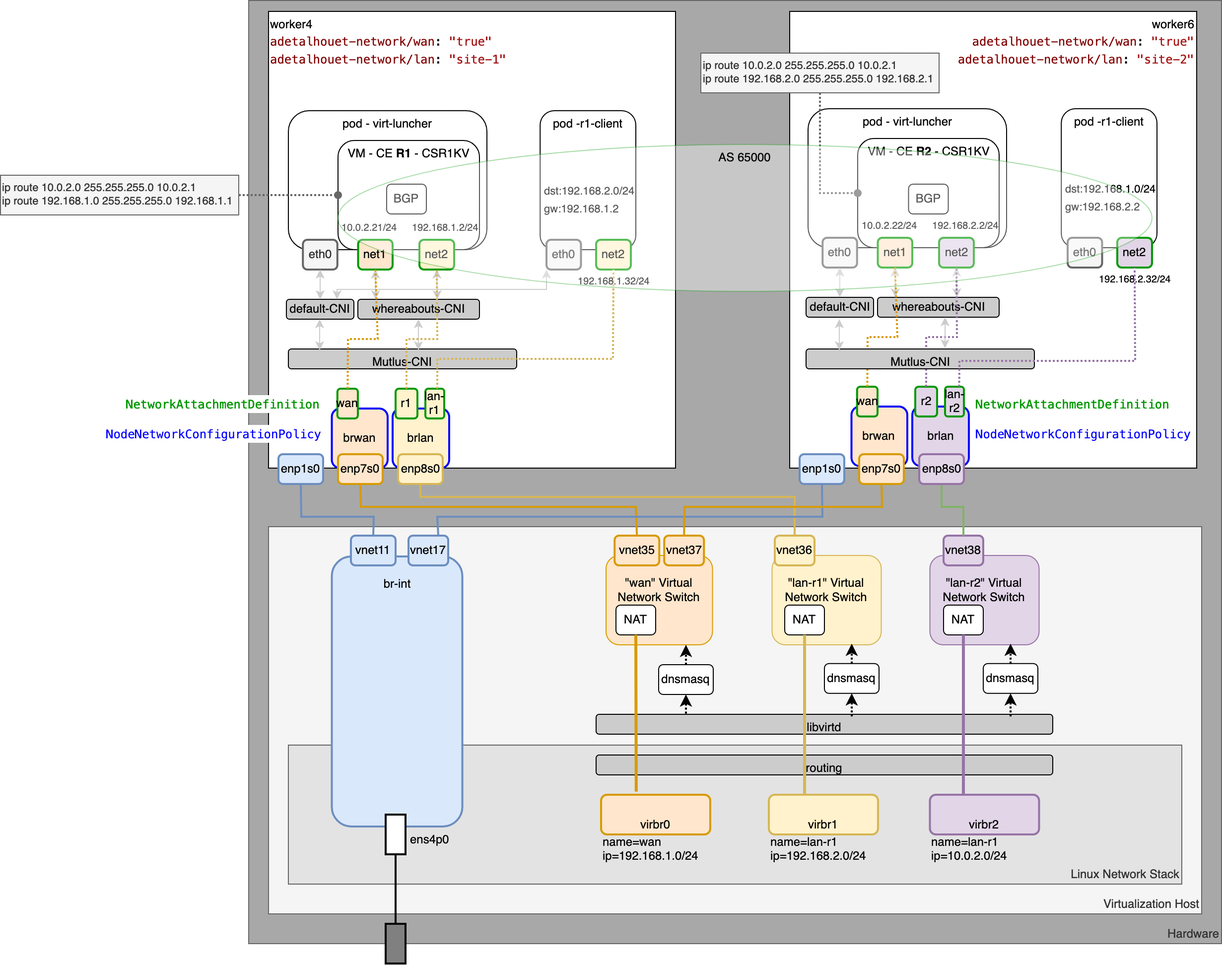
adetalhouet/ocp-l3vpn keeps this draw.io diagram as docs/low-level-arch.png. Above is the earlier version. Source tidied: cells renumbered, new cells last; positions are measured from the earlier drawing's top-left corner, leaving out a move shared by most shapes.
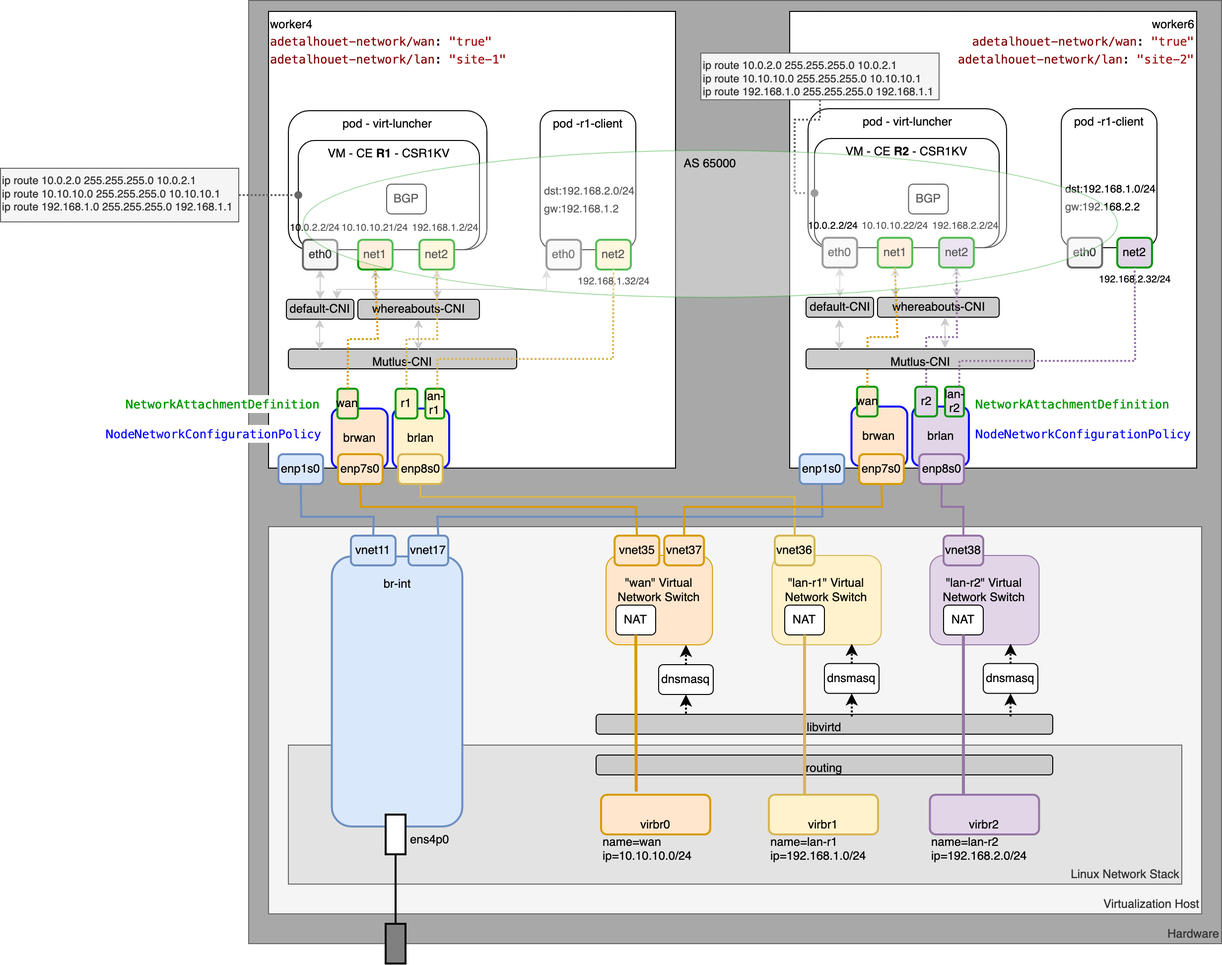
The same file after the commit.

The edit, as a diff of the source:
```diff
@@ -20,20 +20,20 @@
     <mxCell id="7" style="endArrow=none;html=1;rounded=0;exitX=0.5;exitY=0;exitDx=0;exitDy=0;entryX=0.5;entryY=1;entryDx=0;entryDy=0;strokeWidth=2;" parent="1" edge="1" source="5" target="32">
       <mxGeometry relative="1" as="geometry" />
     </mxCell>
-    <mxCell id="8" value="&lt;div&gt;name=wan&lt;/div&gt;&lt;div&gt;ip=192.168.1.0/24&lt;/div&gt;" style="text;html=1;align=left;verticalAlign=middle;strokeColor=none;fillColor=none;" parent="1" vertex="1">
+    <mxCell id="8" value="&lt;div&gt;name=wan&lt;/div&gt;&lt;div&gt;ip=10.10.10.0/24&lt;/div&gt;" style="text;html=1;align=left;verticalAlign=middle;strokeColor=none;fillColor=none;" parent="1" vertex="1">
       <mxGeometry x="605" y="840" width="110" height="30" as="geometry" />
     </mxCell>
     <mxCell id="9" value="virbr1" style="rounded=1;whiteSpace=wrap;html=1;align=center;verticalAlign=bottom;strokeWidth=2;fillColor=#fff2cc;strokeColor=#d6b656;" parent="1" vertex="1">
       <mxGeometry x="774" y="800" width="110" height="40" as="geometry" />
     </mxCell>
-    <mxCell id="10" value="&lt;div&gt;name=lan-r1&lt;/div&gt;&lt;div&gt;ip=192.168.2.0/24&lt;/div&gt;" style="text;html=1;align=left;verticalAlign=middle;strokeColor=none;fillColor=none;" parent="1" vertex="1">
+    <mxCell id="10" value="&lt;div&gt;name=lan-r1&lt;/div&gt;&lt;div&gt;ip=192.168.1.0/24&lt;/div&gt;" style="text;html=1;align=left;verticalAlign=middle;strokeColor=none;fillColor=none;" parent="1" vertex="1">
       <mxGeometry x="774" y="840" width="110" height="30" as="geometry" />
     </mxCell>
     <mxCell id="11" value="virbr2" style="rounded=1;whiteSpace=wrap;html=1;align=center;verticalAlign=bottom;strokeWidth=2;fillColor=#e1d5e7;strokeColor=#9673a6;" parent="1" vertex="1">
       <mxGeometry x="936.2" y="800" width="110" height="40" as="geometry" />
     </mxCell>
-    <mxCell id="12" value="&lt;div&gt;name=lan-r1&lt;/div&gt;&lt;div&gt;ip=10.0.2.0/24&lt;/div&gt;" style="text;html=1;align=left;verticalAlign=middle;strokeColor=none;fillColor=none;" parent="1" vertex="1">
-      <mxGeometry x="936.2" y="840" width="90" height="30" as="geometry" />
+    <mxCell id="12" value="&lt;div&gt;name=lan-r2&lt;/div&gt;&lt;div&gt;ip=192.168.2.0/24&lt;/div&gt;" style="text;html=1;align=left;verticalAlign=middle;strokeColor=none;fillColor=none;" parent="1" vertex="1">
+      <mxGeometry x="936.2" y="840" width="110" height="30" as="geometry" />
     </mxCell>
     <mxCell id="13" value="&lt;div align=&quot;left&quot;&gt;worker4&lt;/div&gt;&lt;div&gt;&lt;div&gt;&lt;div style=&quot;color: rgb(0 , 0 , 0) ; background-color: rgb(255 , 255 , 255) ; font-family: &amp;#34;menlo&amp;#34; , &amp;#34;monaco&amp;#34; , &amp;#34;courier new&amp;#34; , monospace ; font-weight: normal ; font-size: 12px ; line-height: 18px&quot;&gt;&lt;div&gt;&lt;div&gt;&lt;span style=&quot;color: #800000&quot;&gt;adetalhouet-network/wan&lt;/span&gt;&lt;span style=&quot;color: #000000&quot;&gt;: &lt;/span&gt;&lt;span style=&quot;color: #a31515&quot;&gt;&quot;true&quot;&lt;/span&gt;&lt;/div&gt;&lt;span style=&quot;color: #800000&quot;&gt;&lt;/span&gt;&lt;/div&gt;&lt;div&gt;&lt;span style=&quot;color: #800000&quot;&gt;adetalhouet-network/lan&lt;/span&gt;&lt;span style=&quot;color: #000000&quot;&gt;: &lt;/span&gt;&lt;span style=&quot;color: #a31515&quot;&gt;&quot;site-1&quot;&lt;/span&gt;&lt;/div&gt;&lt;div&gt;&lt;span style=&quot;color: #a31515&quot;&gt;&lt;br&gt;&lt;br&gt;&lt;/span&gt;&lt;/div&gt;&lt;/div&gt;&lt;/div&gt;&lt;/div&gt;" style="rounded=0;whiteSpace=wrap;html=1;strokeWidth=1;align=left;verticalAlign=top;" parent="1" vertex="1">
       <mxGeometry x="270" y="11" width="410" height="460" as="geometry" />
@@ -186,7 +186,7 @@
         </Array>
       </mxGeometry>
     </mxCell>
-    <mxCell id="51" style="endArrow=none;html=1;rounded=0;strokeWidth=2;entryX=0.5;entryY=1;entryDx=0;entryDy=0;exitX=0.5;exitY=0;exitDx=0;exitDy=0;fillColor=#d5e8d4;strokeColor=#82b366;" parent="1" edge="1" source="36" target="105">
+    <mxCell id="51" style="endArrow=none;html=1;rounded=0;strokeWidth=2;entryX=0.5;entryY=1;entryDx=0;entryDy=0;exitX=0.5;exitY=0;exitDx=0;exitDy=0;fillColor=#e1d5e7;strokeColor=#9673a6;" parent="1" edge="1" source="36" target="105">
       <mxGeometry relative="1" as="geometry">
         <Array as="points">
           <mxPoint x="970" y="510" />
@@ -206,11 +206,8 @@
     <mxCell id="55" value="pod - virt-luncher" style="rounded=1;whiteSpace=wrap;html=1;strokeWidth=1;align=center;verticalAlign=top;" parent="1" vertex="1">
       <mxGeometry x="290" y="111" width="200" height="140" as="geometry" />
     </mxCell>
-    <mxCell id="56" value="eth0" style="rounded=1;whiteSpace=wrap;html=1;strokeColor=#666666;strokeWidth=2;fillColor=#f5f5f5;align=center;verticalAlign=middle;fontColor=#333333;" parent="1" vertex="1">
-      <mxGeometry x="304.6" y="241" width="34.8" height="30" as="geometry" />
-    </mxCell>
     <mxCell id="57" value="&lt;div&gt;VM - CE &lt;b&gt;R1&lt;/b&gt; - CSR1KV&lt;br&gt;&lt;/div&gt;" style="rounded=1;whiteSpace=wrap;html=1;strokeWidth=1;align=center;verticalAlign=top;" parent="1" vertex="1">
-      <mxGeometry x="340" y="141" width="142.5" height="110" as="geometry" />
+      <mxGeometry x="300" y="141" width="182.5" height="110" as="geometry" />
     </mxCell>
     <mxCell id="58" value="net1" style="rounded=1;whiteSpace=wrap;html=1;strokeColor=#009900;strokeWidth=2;fillColor=#ffe6cc;align=center;verticalAlign=middle;" parent="1" vertex="1">
       <mxGeometry x="360.2" y="241" width="34.8" height="30" as="geometry" />
@@ -313,8 +310,8 @@
     <mxCell id="80" style="edgeStyle=orthogonalEdgeStyle;rounded=0;jettySize=auto;html=1;entryX=0;entryY=0.5;entryDx=0;entryDy=0;dashed=1;dashPattern=1 1;fontSize=6;fontColor=#000000;strokeColor=#666666;strokeWidth=2;endArrow=oval;endFill=1;fillColor=#f5f5f5;" parent="1" edge="1" source="81" target="57">
       <mxGeometry relative="1" as="geometry" />
     </mxCell>
-    <mxCell id="81" value="ip route 10.0.2.0 255.255.255.0 10.0.2.1&#10;ip route 192.168.1.0 255.255.255.0 192.168.1.1" style="text;whiteSpace=wrap;html=1;fontColor=#333333;fontSize=11;strokeColor=#666666;fillColor=#f5f5f5;" parent="1" vertex="1">
-      <mxGeometry y="176" width="240" height="40" as="geometry" />
+    <mxCell id="81" value="ip route 10.0.2.0 255.255.255.0 10.0.2.1&lt;br&gt;ip route 10.10.10.0 255.255.255.0 10.10.10.1&lt;br&gt;ip route 192.168.1.0 255.255.255.0 192.168.1.1" style="text;whiteSpace=wrap;html=1;fontColor=#333333;fontSize=11;strokeColor=#666666;fillColor=#f5f5f5;" parent="1" vertex="1">
+      <mxGeometry y="169" width="240" height="54" as="geometry" />
     </mxCell>
     <mxCell id="82" value="192.168.1.32/24" style="text;whiteSpace=wrap;html=1;fontSize=10;" parent="1" vertex="1">
       <mxGeometry x="580" y="271" width="75" height="20" as="geometry" />
@@ -322,7 +319,7 @@
     <mxCell id="83" value="192.168.1.2/24" style="text;whiteSpace=wrap;html=1;fontSize=10;" parent="1" vertex="1">
       <mxGeometry x="413" y="217" width="75" height="20" as="geometry" />
     </mxCell>
-    <mxCell id="84" value="10.0.2.21/24" style="text;whiteSpace=wrap;html=1;fontSize=10;" parent="1" vertex="1">
+    <mxCell id="84" value="10.10.10.21/24" style="text;whiteSpace=wrap;html=1;fontSize=10;" parent="1" vertex="1">
       <mxGeometry x="342" y="217" width="53" height="20" as="geometry" />
     </mxCell>
     <mxCell id="85" value="&lt;div style=&quot;background-color: rgb(255 , 255 , 255) ; font-weight: normal ; font-size: 11px ; line-height: 18px&quot;&gt;&lt;div&gt;&lt;font style=&quot;font-size: 11px&quot; face=&quot;Helvetica&quot;&gt;dst:192.168.2.0/24&lt;br&gt;gw:192.168.1.2&lt;/font&gt;&lt;/div&gt;&lt;/div&gt;" style="text;whiteSpace=wrap;html=1;fontSize=6;fontColor=#000000;" parent="1" vertex="1">
@@ -337,11 +334,8 @@
     <mxCell id="88" value="pod - virt-luncher" style="rounded=1;whiteSpace=wrap;html=1;strokeWidth=1;align=center;verticalAlign=top;" parent="1" vertex="1">
       <mxGeometry x="813.5" y="109" width="200" height="140" as="geometry" />
     </mxCell>
-    <mxCell id="89" value="eth0" style="rounded=1;whiteSpace=wrap;html=1;strokeColor=#666666;strokeWidth=2;fillColor=#f5f5f5;align=center;verticalAlign=middle;fontColor=#333333;" parent="1" vertex="1">
-      <mxGeometry x="828.1" y="239" width="34.8" height="30" as="geometry" />
-    </mxCell>
     <mxCell id="90" value="&lt;div&gt;VM - CE &lt;b&gt;R2&lt;/b&gt; - CSR1KV&lt;br&gt;&lt;/div&gt;" style="rounded=1;whiteSpace=wrap;html=1;strokeWidth=1;align=center;verticalAlign=top;" parent="1" vertex="1">
-      <mxGeometry x="863.5" y="139" width="142.5" height="110" as="geometry" />
+      <mxGeometry x="820" y="139" width="186" height="110" as="geometry" />
     </mxCell>
     <mxCell id="91" value="net1" style="rounded=1;whiteSpace=wrap;html=1;strokeColor=#009900;strokeWidth=2;fillColor=#ffe6cc;align=center;verticalAlign=middle;" parent="1" vertex="1">
       <mxGeometry x="883.8" y="239" width="34.8" height="30" as="geometry" />
@@ -397,7 +391,7 @@
     <mxCell id="103" value="192.168.2.2/24" style="text;whiteSpace=wrap;html=1;fontSize=10;" parent="1" vertex="1">
       <mxGeometry x="936.5" y="215" width="75" height="20" as="geometry" />
     </mxCell>
-    <mxCell id="104" value="10.0.2.22/24" style="text;whiteSpace=wrap;html=1;fontSize=10;" parent="1" vertex="1">
+    <mxCell id="104" value="10.10.10.22/24" style="text;whiteSpace=wrap;html=1;fontSize=10;" parent="1" vertex="1">
       <mxGeometry x="865.5" y="215" width="53" height="20" as="geometry" />
     </mxCell>
     <mxCell id="105" value="enp8s0" style="rounded=1;whiteSpace=wrap;html=1;strokeColor=#9673a6;strokeWidth=2;fillColor=#e1d5e7;align=center;verticalAlign=middle;" parent="1" vertex="1">
@@ -428,8 +422,8 @@
     <mxCell id="111" style="edgeStyle=orthogonalEdgeStyle;rounded=0;jettySize=auto;html=1;entryX=0;entryY=0.5;entryDx=0;entryDy=0;dashed=1;dashPattern=1 1;fontSize=6;fontColor=#000000;strokeColor=#666666;strokeWidth=2;endArrow=oval;endFill=1;fillColor=#f5f5f5;" parent="1" edge="1" source="112" target="90">
       <mxGeometry relative="1" as="geometry" />
     </mxCell>
-    <mxCell id="112" value="ip route 10.0.2.0 255.255.255.0 10.0.2.1&lt;br&gt;ip route 192.168.2.0 255.255.255.0 192.168.2.1" style="text;whiteSpace=wrap;html=1;fontColor=#333333;fontSize=11;strokeColor=#666666;fillColor=#f5f5f5;" parent="1" vertex="1">
-      <mxGeometry x="705.5" y="53" width="240" height="40" as="geometry" />
+    <mxCell id="112" value="ip route 10.0.2.0 255.255.255.0 10.0.2.1&lt;br&gt;ip route 10.10.10.0 255.255.255.0 10.10.10.1&lt;br&gt;ip route 192.168.1.0 255.255.255.0 192.168.1.1" style="text;whiteSpace=wrap;html=1;fontColor=#333333;fontSize=11;strokeColor=#666666;fillColor=#f5f5f5;" parent="1" vertex="1">
+      <mxGeometry x="705.5" y="53" width="240" height="47" as="geometry" />
     </mxCell>
     <mxCell id="113" value="pod -r1-client" style="rounded=1;whiteSpace=wrap;html=1;strokeWidth=1;align=center;verticalAlign=top;" parent="1" vertex="1">
       <mxGeometry x="1068.6" y="109" width="96.4" height="140" as="geometry" />
@@ -461,9 +455,6 @@
     <mxCell id="120" value="BGP" style="rounded=1;whiteSpace=wrap;html=1;strokeWidth=1;align=center;verticalAlign=middle;" parent="1" vertex="1">
       <mxGeometry x="914.8" y="185" width="40" height="30" as="geometry" />
     </mxCell>
-    <mxCell id="121" value="AS 65000" style="ellipse;whiteSpace=wrap;html=1;strokeColor=#009900;align=center;verticalAlign=top;fillColor=default;opacity=35;" parent="1" vertex="1">
-      <mxGeometry x="340" y="145" width="820" height="148" as="geometry" />
-    </mxCell>
     <mxCell id="122" style="edgeStyle=orthogonalEdgeStyle;rounded=0;orthogonalLoop=1;jettySize=auto;html=1;exitX=0.57;exitY=0.064;exitDx=0;exitDy=0;fontColor=#009900;strokeWidth=1;exitPerimeter=0;startArrow=classic;startFill=1;fillColor=#f5f5f5;strokeColor=#CCCCCC;" parent="1" edge="1">
       <mxGeometry relative="1" as="geometry">
         <mxPoint x="321.5" y="352.3" as="sourcePoint" />
@@ -484,5 +475,21 @@
         </Array>
       </mxGeometry>
     </mxCell>
+    <mxCell id="56" value="eth0" style="rounded=1;whiteSpace=wrap;html=1;strokeColor=#666666;strokeWidth=2;fillColor=#f5f5f5;align=center;verticalAlign=middle;fontColor=#333333;" parent="1" vertex="1">
+      <mxGeometry x="304.6" y="241" width="34.8" height="30" as="geometry" />
+    </mxCell>
+    <mxCell id="124" value="10.0.2.2/24" style="text;whiteSpace=wrap;html=1;fontSize=10;" parent="1" vertex="1">
+      <mxGeometry x="290" y="217" width="53" height="20" as="geometry" />
+    </mxCell>
+    <mxCell id="89" value="eth0" style="rounded=1;whiteSpace=wrap;html=1;strokeColor=#666666;strokeWidth=2;fillColor=#f5f5f5;align=center;verticalAlign=middle;fontColor=#333333;" parent="1" vertex="1">
+      <mxGeometry x="828.1" y="239" width="34.8" height="30" as="geometry" />
+    </mxCell>
+    <mxCell id="121" value="AS 65000" style="ellipse;whiteSpace=wrap;html=1;strokeColor=#009900;align=center;verticalAlign=top;fillColor=default;opacity=35;" parent="1" vertex="1">
+      <mxGeometry x="305" y="151" width="820" height="148" as="geometry" />
+    </mxCell>
+    <mxCell id="125" value="10.0.2.2/24" style="text;whiteSpace=wrap;html=1;fontSize=10;" parent="1" vertex="1">
+      <mxGeometry x="811.5" y="215" width="53" height="20" as="geometry" />
+    </mxCell>
+    <mxCell id="126" value="full-mesh&#10;" parent="0" />
   </root>
 </mxGraphModel>
```
